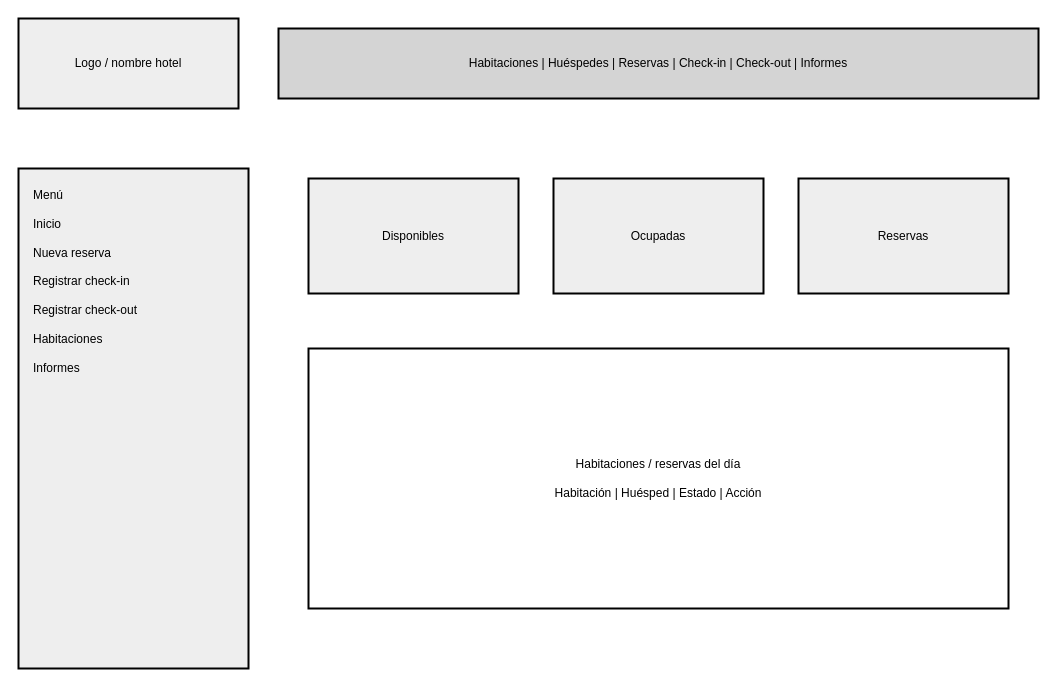
Earlier version of the draw.io diagram page "Wireframe" (2 of 3) of diagramas-editables/10-interfaz-sketch-wireframe-mockup.drawio (Yutre3/diego). Source tidied: cells renumbered, new cells numbered last; positions are measured from the earlier drawing's top-left corner, leaving out a move shared by most shapes. Both pictures are drawn from the tidied source at 100%, with x=0, y=0 at pixel (18, 18).
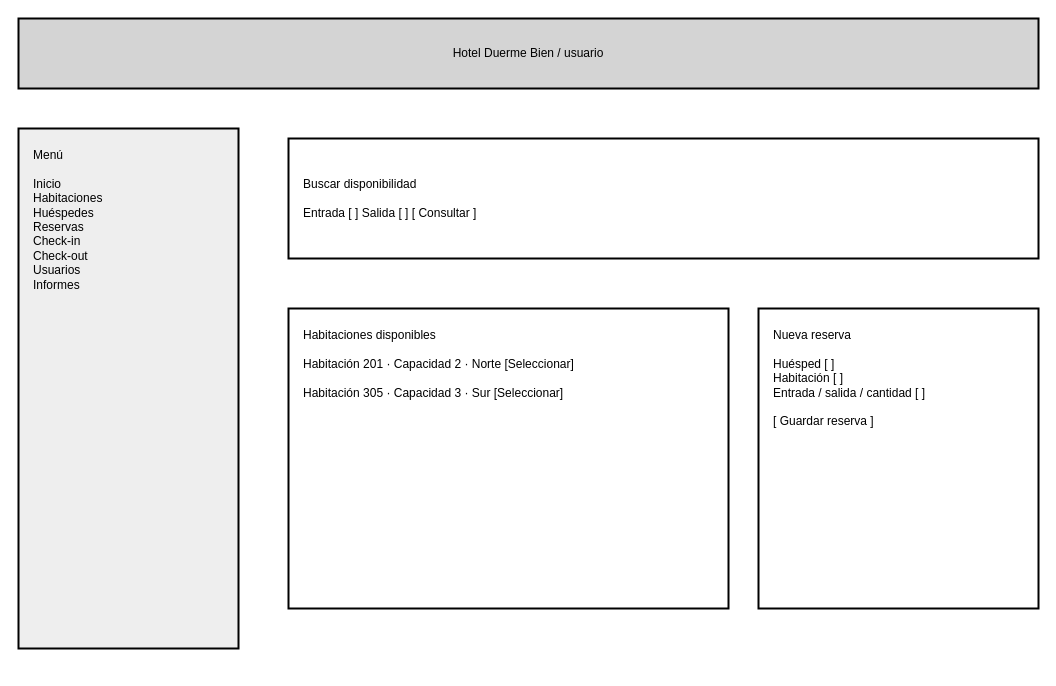
The same diagram, later.

What changed in the source:
```diff
@@
 <mxGraphModel>
   <root>
     <mxCell id="0" />
     <mxCell id="1" parent="0" />
-    <mxCell id="2" value="Logo / nombre hotel" style="rounded=0;whiteSpace=wrap;html=1;strokeWidth=2;fillColor=#eeeeee;" parent="1" vertex="1">
-      <mxGeometry width="220" height="90" as="geometry" />
+    <mxCell id="2" value="Hotel Duerme Bien / usuario" style="rounded=0;whiteSpace=wrap;html=1;strokeWidth=2;fillColor=#d4d4d4;" parent="1" vertex="1">
+      <mxGeometry width="1020" height="70" as="geometry" />
     </mxCell>
-    <mxCell id="3" value="Habitaciones | Huéspedes | Reservas | Check-in | Check-out | Informes" style="rounded=0;whiteSpace=wrap;html=1;strokeWidth=2;fillColor=#d4d4d4;" parent="1" vertex="1">
-      <mxGeometry x="260" y="10" width="760" height="70" as="geometry" />
+    <mxCell id="3" value="Menú&#10;&#10;Inicio&#10;Habitaciones&#10;Huéspedes&#10;Reservas&#10;Check-in&#10;Check-out&#10;Usuarios&#10;Informes" style="rounded=0;whiteSpace=wrap;html=1;strokeWidth=2;fillColor=#eeeeee;align=left;verticalAlign=top;spacing=15;" parent="1" vertex="1">
+      <mxGeometry y="110" width="220" height="520" as="geometry" />
     </mxCell>
-    <mxCell id="4" value="Menú&lt;br&gt;&lt;br&gt;Inicio&lt;br&gt;&lt;br&gt;Nueva reserva&lt;br&gt;&lt;br&gt;Registrar check-in&lt;br&gt;&lt;br&gt;Registrar check-out&lt;br&gt;&lt;br&gt;Habitaciones&lt;br&gt;&lt;br&gt;Informes" style="rounded=0;whiteSpace=wrap;html=1;strokeWidth=2;fillColor=#eeeeee;align=left;verticalAlign=top;spacing=15;" parent="1" vertex="1">
-      <mxGeometry y="150" width="230" height="500" as="geometry" />
+    <mxCell id="4" value="Buscar disponibilidad&#10;&#10;Entrada [ ]   Salida [ ]                  [ Consultar ]" style="rounded=0;whiteSpace=wrap;html=1;strokeWidth=2;fillColor=#ffffff;align=left;spacing=15;" parent="1" vertex="1">
+      <mxGeometry x="270" y="120" width="750" height="120" as="geometry" />
     </mxCell>
-    <mxCell id="5" value="Disponibles" style="rounded=0;whiteSpace=wrap;html=1;strokeWidth=2;fillColor=#eeeeee;" parent="1" vertex="1">
-      <mxGeometry x="290" y="160" width="210" height="115" as="geometry" />
+    <mxCell id="5" value="Habitaciones disponibles&#10;&#10;Habitación 201 · Capacidad 2 · Norte          [Seleccionar]&#10;&#10;Habitación 305 · Capacidad 3 · Sur             [Seleccionar]" style="rounded=0;whiteSpace=wrap;html=1;strokeWidth=2;fillColor=#ffffff;align=left;verticalAlign=top;spacing=15;" parent="1" vertex="1">
+      <mxGeometry x="270" y="290" width="440" height="300" as="geometry" />
     </mxCell>
-    <mxCell id="6" value="Ocupadas" style="rounded=0;whiteSpace=wrap;html=1;strokeWidth=2;fillColor=#eeeeee;" parent="1" vertex="1">
-      <mxGeometry x="535" y="160" width="210" height="115" as="geometry" />
+    <mxCell id="6" value="Nueva reserva&#10;&#10;Huésped [ ]&#10;Habitación [ ]&#10;Entrada / salida / cantidad [ ]&#10;&#10;[ Guardar reserva ]" style="rounded=0;whiteSpace=wrap;html=1;strokeWidth=2;fillColor=#ffffff;align=left;verticalAlign=top;spacing=15;" parent="1" vertex="1">
+      <mxGeometry x="740" y="290" width="280" height="300" as="geometry" />
     </mxCell>
-    <mxCell id="7" value="Reservas" style="rounded=0;whiteSpace=wrap;html=1;strokeWidth=2;fillColor=#eeeeee;" parent="1" vertex="1">
-      <mxGeometry x="780" y="160" width="210" height="115" as="geometry" />
-    </mxCell>
-    <mxCell id="8" value="Habitaciones / reservas del día&lt;br&gt;&lt;br&gt;Habitación | Huésped | Estado | Acción" style="rounded=0;whiteSpace=wrap;html=1;strokeWidth=2;" parent="1" vertex="1">
-      <mxGeometry x="290" y="330" width="700" height="260" as="geometry" />
-    </mxCell>
   </root>
 </mxGraphModel>
```
